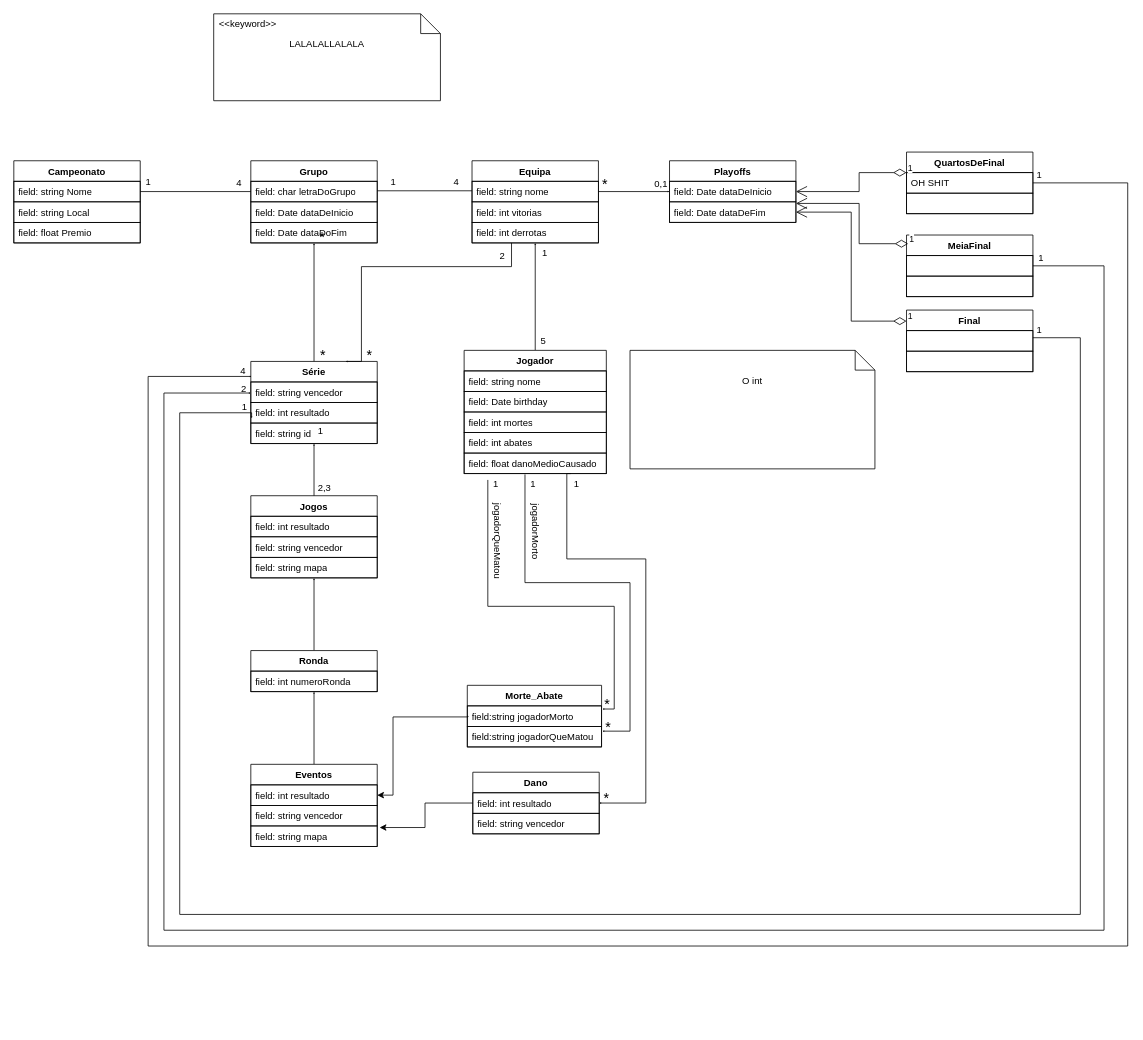
Above: CampeonatoCS.drawio in esperaumbocado/Project_BD (draw.io), before the change. Source tidied: cells renumbered, new cells numbered last; positions are measured from the earlier drawing's top-left corner, leaving out a move shared by most shapes. Both pictures are drawn from the tidied source at 79%, with x=0, y=0 at pixel (13, 13).
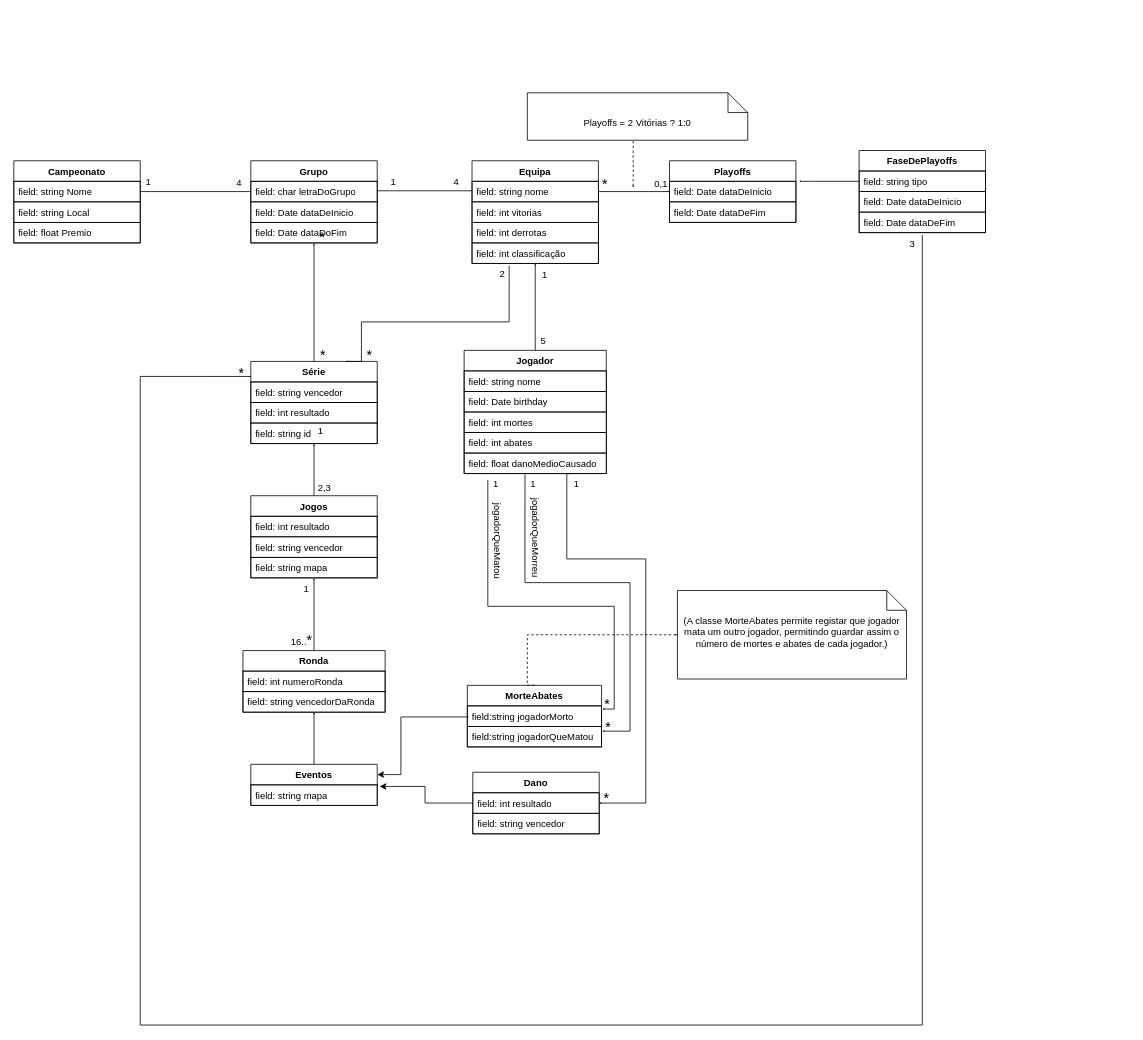
The same page after the edit.

The change refers to these unchanged cells:
```xml
<mxCell id="18" value="field: int derrotas" style="text;strokeColor=default;fillColor=none;align=left;verticalAlign=top;spacingLeft=4;spacingRight=4;overflow=hidden;points=[[0,0.5],[1,0.5]];portConstraint=eastwest;whiteSpace=wrap;html=1;" parent="15" vertex="1">
  <mxGeometry y="78" width="160" height="26" as="geometry" />
</mxCell>
<mxCell id="23" value="Série" style="swimlane;fontStyle=1;align=center;verticalAlign=top;horizontal=1;startSize=26;whiteSpace=wrap;html=1;" parent="1" vertex="1">
  <mxGeometry x="300" y="440" width="160" height="104" as="geometry" />
</mxCell>
<mxCell id="47" value="field: Date dataDeInicio" style="text;strokeColor=default;fillColor=none;align=left;verticalAlign=top;spacingLeft=4;spacingRight=4;overflow=hidden;points=[[0,0.5],[1,0.5]];portConstraint=eastwest;whiteSpace=wrap;html=1;" parent="46" vertex="1">
  <mxGeometry y="26" width="160" height="26" as="geometry" />
</mxCell>
<mxCell id="48" value="field: Date dataDeFim" style="text;strokeColor=default;fillColor=none;align=left;verticalAlign=top;spacingLeft=4;spacingRight=4;overflow=hidden;points=[[0,0.5],[1,0.5]];portConstraint=eastwest;whiteSpace=wrap;html=1;" parent="46" vertex="1">
  <mxGeometry y="52" width="160" height="26" as="geometry" />
</mxCell>
<mxCell id="81" value="field:string jogadorMorto" style="text;strokeColor=default;fillColor=none;align=left;verticalAlign=top;spacingLeft=4;spacingRight=4;overflow=hidden;points=[[0,0.5],[1,0.5]];portConstraint=eastwest;whiteSpace=wrap;html=1;" parent="80" vertex="1">
  <mxGeometry y="26" width="170" height="26" as="geometry" />
</mxCell>
```

Diff of the diagram source:
```diff
@@
-    <mxCell id="2" value="LALALALLALALA" style="shape=note2;boundedLbl=1;whiteSpace=wrap;html=1;size=25;verticalAlign=top;align=center;" parent="1" vertex="1">
-      <mxGeometry x="253" width="287" height="110" as="geometry" />
+    <mxCell id="2" value="Playoffs = 2 Vitórias ? 1:0" style="shape=note2;boundedLbl=1;whiteSpace=wrap;html=1;size=25;verticalAlign=top;align=center;" parent="1" vertex="1">
+      <mxGeometry x="650" y="100" width="279" height="60" as="geometry" />
     </mxCell>
-    <mxCell id="3" value="&lt;&lt;keyword&gt;&gt;" style="strokeColor=none;fillColor=none;align=left;spacingLeft=5;" parent="2" vertex="1">
-      <mxGeometry width="287" height="25" relative="1" as="geometry" />
-    </mxCell>
@@
     <mxCell id="15" value="Equipa" style="swimlane;fontStyle=1;align=center;verticalAlign=top;horizontal=1;startSize=26;whiteSpace=wrap;html=1;" parent="1" vertex="1">
-      <mxGeometry x="580" y="186" width="160" height="104" as="geometry" />
+      <mxGeometry x="580" y="186" width="160" height="130" as="geometry" />
     </mxCell>
@@
+    <mxCell id="104" value="field: int classificação" style="text;strokeColor=default;fillColor=none;align=left;verticalAlign=top;spacingLeft=4;spacingRight=4;overflow=hidden;points=[[0,0.5],[1,0.5]];portConstraint=eastwest;whiteSpace=wrap;html=1;" parent="15" vertex="1">
+      <mxGeometry y="104" width="160" height="26" as="geometry" />
+    </mxCell>
@@
-    <mxCell id="49" value="QuartosDeFinal" style="swimlane;fontStyle=1;align=center;verticalAlign=top;horizontal=1;startSize=26;whiteSpace=wrap;html=1;" parent="1" vertex="1">
-      <mxGeometry x="1130" y="175" width="160" height="78" as="geometry" />
-    </mxCell>
-    <mxCell id="50" value="OH SHIT" style="text;strokeColor=default;fillColor=none;align=left;verticalAlign=top;spacingLeft=4;spacingRight=4;overflow=hidden;points=[[0,0.5],[1,0.5]];portConstraint=eastwest;whiteSpace=wrap;html=1;" parent="49" vertex="1">
-      <mxGeometry y="26" width="160" height="26" as="geometry" />
-    </mxCell>
-    <mxCell id="51" style="text;strokeColor=default;fillColor=none;align=left;verticalAlign=top;spacingLeft=4;spacingRight=4;overflow=hidden;whiteSpace=wrap;html=1;" parent="49" vertex="1">
-      <mxGeometry y="52" width="160" height="26" as="geometry" />
-    </mxCell>
-    <mxCell id="52" value="MeiaFinal" style="swimlane;fontStyle=1;align=center;verticalAlign=top;horizontal=1;startSize=26;whiteSpace=wrap;html=1;" parent="1" vertex="1">
-      <mxGeometry x="1130" y="280" width="160" height="78" as="geometry" />
-    </mxCell>
-    <mxCell id="53" style="text;strokeColor=default;fillColor=none;align=left;verticalAlign=top;spacingLeft=4;spacingRight=4;overflow=hidden;whiteSpace=wrap;html=1;" parent="52" vertex="1">
-      <mxGeometry y="26" width="160" height="26" as="geometry" />
-    </mxCell>
-    <mxCell id="54" style="text;strokeColor=default;fillColor=none;align=left;verticalAlign=top;spacingLeft=4;spacingRight=4;overflow=hidden;whiteSpace=wrap;html=1;" parent="52" vertex="1">
-      <mxGeometry y="52" width="160" height="26" as="geometry" />
-    </mxCell>
-    <mxCell id="55" value="Final" style="swimlane;fontStyle=1;align=center;verticalAlign=top;horizontal=1;startSize=26;whiteSpace=wrap;html=1;" parent="1" vertex="1">
-      <mxGeometry x="1130" y="375" width="160" height="78" as="geometry" />
-    </mxCell>
-    <mxCell id="56" style="text;strokeColor=default;fillColor=none;align=left;verticalAlign=top;spacingLeft=4;spacingRight=4;overflow=hidden;whiteSpace=wrap;html=1;" parent="55" vertex="1">
-      <mxGeometry y="26" width="160" height="26" as="geometry" />
-    </mxCell>
-    <mxCell id="57" style="text;strokeColor=default;fillColor=none;align=left;verticalAlign=top;spacingLeft=4;spacingRight=4;overflow=hidden;whiteSpace=wrap;html=1;" parent="55" vertex="1">
-      <mxGeometry y="52" width="160" height="26" as="geometry" />
-    </mxCell>
@@
     <mxCell id="59" value="1" style="text;html=1;align=center;verticalAlign=middle;strokeColor=none;fillColor=none;" parent="1" vertex="1">
-      <mxGeometry x="657" y="288" width="30" height="30" as="geometry" />
+      <mxGeometry x="657" y="316" width="30" height="30" as="geometry" />
     </mxCell>
@@
-    <mxCell id="63" style="edgeStyle=orthogonalEdgeStyle;rounded=0;jettySize=auto;html=1;endSize=0;entryX=0.833;entryY=-0.033;entryDx=0;entryDy=0;entryPerimeter=0;" parent="1" edge="1" source="50" target="67">
-      <mxGeometry relative="1" as="geometry">
-        <Array as="points">
-          <mxPoint x="1410" y="214" />
-          <mxPoint x="1410" y="1180" />
-          <mxPoint x="170" y="1180" />
-          <mxPoint x="170" y="459" />
-        </Array>
-      </mxGeometry>
-    </mxCell>
-    <mxCell id="64" style="edgeStyle=orthogonalEdgeStyle;rounded=0;jettySize=auto;html=1;exitX=1;exitY=0.5;exitDx=0;exitDy=0;endSize=0;" parent="1" edge="1" source="52">
-      <mxGeometry relative="1" as="geometry">
-        <mxPoint x="300" y="480" as="targetPoint" />
-        <Array as="points">
-          <mxPoint x="1380" y="319" />
-          <mxPoint x="1380" y="1160" />
-          <mxPoint x="190" y="1160" />
-          <mxPoint x="190" y="480" />
-        </Array>
-      </mxGeometry>
-    </mxCell>
-    <mxCell id="65" style="edgeStyle=orthogonalEdgeStyle;rounded=0;jettySize=auto;html=1;endSize=0;entryX=0.8;entryY=0.967;entryDx=0;entryDy=0;entryPerimeter=0;" parent="1" edge="1" target="68">
-      <mxGeometry relative="1" as="geometry">
-        <mxPoint x="1290" y="410" as="sourcePoint" />
-        <Array as="points">
-          <mxPoint x="1350" y="410" />
-          <mxPoint x="1350" y="1140" />
-          <mxPoint x="210" y="1140" />
-          <mxPoint x="210" y="505" />
-          <mxPoint x="301" y="505" />
-        </Array>
-      </mxGeometry>
-    </mxCell>
-    <mxCell id="66" value="O int " style="shape=note2;boundedLbl=1;whiteSpace=wrap;html=1;size=25;verticalAlign=top;align=center;" parent="1" vertex="1">
-      <mxGeometry x="780" y="426" width="310" height="150" as="geometry" />
+    <mxCell id="66" value="(A classe MorteAbates permite registar que jogador mata um outro jogador, permitindo guardar assim o número de mortes e abates de cada jogador.)" style="shape=note2;boundedLbl=1;whiteSpace=wrap;html=1;size=25;verticalAlign=top;align=center;" parent="1" vertex="1">
+      <mxGeometry x="840" y="730" width="290" height="112" as="geometry" />
     </mxCell>
-    <mxCell id="67" value="2" style="text;html=1;align=center;verticalAlign=middle;points=[];strokeColor=none;fillColor=none;" parent="1" vertex="1">
-      <mxGeometry x="276" y="460" width="30" height="30" as="geometry" />
-    </mxCell>
-    <mxCell id="68" value="1" style="text;html=1;align=center;verticalAlign=middle;points=[];strokeColor=none;fillColor=none;" parent="1" vertex="1">
-      <mxGeometry x="277" y="483" width="30" height="30" as="geometry" />
-    </mxCell>
-    <mxCell id="69" value="4" style="text;html=1;align=center;verticalAlign=middle;strokeColor=none;fillColor=none;" parent="1" vertex="1">
-      <mxGeometry x="275" y="438" width="30" height="30" as="geometry" />
-    </mxCell>
-    <mxCell id="70" value="1" style="endArrow=open;html=1;endSize=12;startArrow=diamondThin;startSize=14;startFill=0;edgeStyle=orthogonalEdgeStyle;align=left;verticalAlign=bottom;rounded=0;exitX=0;exitY=0.179;exitDx=0;exitDy=0;exitPerimeter=0;entryX=1;entryY=0.5;entryDx=0;entryDy=0;" parent="1" edge="1" source="55" target="48">
-      <mxGeometry x="-1" y="3" relative="1" as="geometry" />
-    </mxCell>
-    <mxCell id="71" value="1" style="endArrow=open;html=1;endSize=12;startArrow=diamondThin;startSize=14;startFill=0;edgeStyle=orthogonalEdgeStyle;align=left;verticalAlign=bottom;rounded=0;exitX=0.013;exitY=0.141;exitDx=0;exitDy=0;exitPerimeter=0;entryX=1;entryY=0.077;entryDx=0;entryDy=0;entryPerimeter=0;" parent="1" edge="1" source="52" target="48">
-      <mxGeometry x="-1" y="3" relative="1" as="geometry">
-        <Array as="points">
-          <mxPoint x="1070" y="291" />
-          <mxPoint x="1070" y="240" />
-        </Array>
-      </mxGeometry>
-    </mxCell>
-    <mxCell id="72" value="1" style="endArrow=open;html=1;endSize=12;startArrow=diamondThin;startSize=14;startFill=0;edgeStyle=orthogonalEdgeStyle;align=left;verticalAlign=bottom;rounded=0;entryX=1;entryY=0.5;entryDx=0;entryDy=0;" parent="1" edge="1" target="47">
-      <mxGeometry x="-1" y="3" relative="1" as="geometry">
-        <mxPoint x="1130" y="201" as="sourcePoint" />
-        <Array as="points">
-          <mxPoint x="1070" y="201" />
-          <mxPoint x="1070" y="225" />
-        </Array>
-      </mxGeometry>
-    </mxCell>
-    <mxCell id="73" style="edgeStyle=orthogonalEdgeStyle;rounded=0;jettySize=auto;html=1;entryX=0.75;entryY=0;entryDx=0;entryDy=0;endSize=0;" parent="1" edge="1" source="18" target="23">
+    <mxCell id="73" style="edgeStyle=orthogonalEdgeStyle;rounded=0;jettySize=auto;html=1;entryX=0.75;entryY=0;entryDx=0;entryDy=0;endSize=0;exitX=0.294;exitY=1.115;exitDx=0;exitDy=0;exitPerimeter=0;" parent="1" edge="1" source="104" target="23">
       <mxGeometry relative="1" as="geometry">
         <Array as="points">
-          <mxPoint x="630" y="320" />
-          <mxPoint x="440" y="320" />
+          <mxPoint x="627" y="390" />
+          <mxPoint x="440" y="390" />
           <mxPoint x="440" y="440" />
         </Array>
       </mxGeometry>
     </mxCell>
@@
     <mxCell id="75" value="2" style="text;html=1;align=center;verticalAlign=middle;strokeColor=none;fillColor=none;" parent="1" vertex="1">
-      <mxGeometry x="603" y="292" width="30" height="30" as="geometry" />
+      <mxGeometry x="603" y="315" width="30" height="30" as="geometry" />
     </mxCell>
@@
     <mxCell id="77" value="Ronda" style="swimlane;fontStyle=1;align=center;verticalAlign=top;horizontal=1;startSize=26;whiteSpace=wrap;html=1;" parent="1" vertex="1">
-      <mxGeometry x="300" y="806" width="160" height="52" as="geometry" />
+      <mxGeometry x="290" y="806" width="180" height="78" as="geometry" />
     </mxCell>
     <mxCell id="78" value="field: int numeroRonda" style="text;strokeColor=default;fillColor=none;align=left;verticalAlign=top;spacingLeft=4;spacingRight=4;overflow=hidden;whiteSpace=wrap;html=1;" parent="77" vertex="1">
-      <mxGeometry y="26" width="160" height="26" as="geometry" />
+      <mxGeometry y="26" width="180" height="26" as="geometry" />
     </mxCell>
+    <mxCell id="105" value="field: string vencedorDaRonda" style="text;strokeColor=default;fillColor=none;align=left;verticalAlign=top;spacingLeft=4;spacingRight=4;overflow=hidden;whiteSpace=wrap;html=1;" parent="77" vertex="1">
+      <mxGeometry y="52" width="180" height="26" as="geometry" />
+    </mxCell>
-    <mxCell id="79" style="edgeStyle=orthogonalEdgeStyle;rounded=0;jettySize=auto;html=1;entryX=1;entryY=0.5;entryDx=0;entryDy=0;exitX=0;exitY=0.5;exitDx=0;exitDy=0;" parent="1" edge="1" source="81" target="88">
+    <mxCell id="79" style="edgeStyle=orthogonalEdgeStyle;rounded=0;jettySize=auto;html=1;entryX=1;entryY=0.25;entryDx=0;entryDy=0;exitX=0;exitY=0.5;exitDx=0;exitDy=0;" parent="1" edge="1" source="81" target="87">
       <mxGeometry relative="1" as="geometry">
         <Array as="points">
+          <mxPoint x="575" y="889" />
           <mxPoint x="575" y="890" />
-          <mxPoint x="480" y="890" />
-          <mxPoint x="480" y="989" />
+          <mxPoint x="490" y="890" />
+          <mxPoint x="490" y="963" />
         </Array>
       </mxGeometry>
     </mxCell>
-    <mxCell id="80" value="Morte_Abate" style="swimlane;fontStyle=1;align=center;verticalAlign=top;horizontal=1;startSize=26;whiteSpace=wrap;html=1;" parent="1" vertex="1">
+    <mxCell id="80" value="MorteAbates" style="swimlane;fontStyle=1;align=center;verticalAlign=top;horizontal=1;startSize=26;whiteSpace=wrap;html=1;" parent="1" vertex="1">
       <mxGeometry x="574" y="850" width="170" height="78" as="geometry" />
     </mxCell>
@@
     <mxCell id="87" value="Eventos" style="swimlane;fontStyle=1;align=center;verticalAlign=top;horizontal=1;startSize=26;whiteSpace=wrap;html=1;" parent="1" vertex="1">
-      <mxGeometry x="300" y="950" width="160" height="104" as="geometry" />
+      <mxGeometry x="300" y="950" width="160" height="52" as="geometry" />
     </mxCell>
-    <mxCell id="88" value="field: int resultado" style="text;strokeColor=default;fillColor=none;align=left;verticalAlign=top;spacingLeft=4;spacingRight=4;overflow=hidden;points=[[0,0.5],[1,0.5]];portConstraint=eastwest;whiteSpace=wrap;html=1;" parent="87" vertex="1">
-      <mxGeometry y="26" width="160" height="26" as="geometry" />
-    </mxCell>
-    <mxCell id="89" value="field: string vencedor" style="text;strokeColor=default;fillColor=none;align=left;verticalAlign=top;spacingLeft=4;spacingRight=4;overflow=hidden;whiteSpace=wrap;html=1;" parent="87" vertex="1">
-      <mxGeometry y="52" width="160" height="26" as="geometry" />
-    </mxCell>
     <mxCell id="90" value="field: string mapa" style="text;strokeColor=default;fillColor=none;align=left;verticalAlign=top;spacingLeft=4;spacingRight=4;overflow=hidden;points=[[0,0.5],[1,0.5]];portConstraint=eastwest;whiteSpace=wrap;html=1;" parent="87" vertex="1">
-      <mxGeometry y="78" width="160" height="26" as="geometry" />
+      <mxGeometry y="26" width="160" height="26" as="geometry" />
     </mxCell>
@@
-    <mxCell id="93" value="jogadorMorto" style="text;html=1;align=center;verticalAlign=middle;strokeColor=none;fillColor=none;rotation=90;" parent="1" vertex="1">
-      <mxGeometry x="616" y="640" width="90" height="30" as="geometry" />
+    <mxCell id="93" value="&lt;div&gt;jogadorQueMorreu&lt;/div&gt;" style="text;html=1;align=center;verticalAlign=middle;strokeColor=none;fillColor=none;rotation=90;" parent="1" vertex="1">
+      <mxGeometry x="601" y="648" width="120" height="30" as="geometry" />
     </mxCell>
@@
-    <mxCell id="95" value="1" style="text;html=1;align=center;verticalAlign=middle;strokeColor=none;fillColor=none;" parent="1" vertex="1">
-      <mxGeometry x="1283" y="189" width="30" height="30" as="geometry" />
-    </mxCell>
-    <mxCell id="96" value="1" style="text;html=1;align=center;verticalAlign=middle;strokeColor=none;fillColor=none;" parent="1" vertex="1">
-      <mxGeometry x="1285" y="294" width="30" height="30" as="geometry" />
-    </mxCell>
-    <mxCell id="97" value="1" style="text;html=1;align=center;verticalAlign=middle;strokeColor=none;fillColor=none;" parent="1" vertex="1">
-      <mxGeometry x="1283" y="386" width="30" height="30" as="geometry" />
-    </mxCell>
@@
+    <mxCell id="106" value="FaseDePlayoffs" style="swimlane;fontStyle=1;align=center;verticalAlign=top;horizontal=1;startSize=26;whiteSpace=wrap;html=1;" parent="1" vertex="1">
+      <mxGeometry x="1070" y="173" width="160" height="104" as="geometry" />
+    </mxCell>
+    <mxCell id="107" value="&lt;div&gt;field: string tipo&lt;br&gt;&lt;/div&gt;" style="text;strokeColor=default;fillColor=none;align=left;verticalAlign=top;spacingLeft=4;spacingRight=4;overflow=hidden;points=[[0,0.5],[1,0.5]];portConstraint=eastwest;whiteSpace=wrap;html=1;" parent="106" vertex="1">
+      <mxGeometry y="26" width="160" height="26" as="geometry" />
+    </mxCell>
+    <mxCell id="108" value="field: Date dataDeInicio " style="text;strokeColor=default;fillColor=none;align=left;verticalAlign=top;spacingLeft=4;spacingRight=4;overflow=hidden;whiteSpace=wrap;html=1;" parent="106" vertex="1">
+      <mxGeometry y="52" width="160" height="26" as="geometry" />
+    </mxCell>
+    <mxCell id="109" value="field: Date dataDeFim" style="text;strokeColor=default;fillColor=none;align=left;verticalAlign=top;spacingLeft=4;spacingRight=4;overflow=hidden;whiteSpace=wrap;html=1;" parent="106" vertex="1">
+      <mxGeometry y="78" width="160" height="26" as="geometry" />
+    </mxCell>
+    <mxCell id="110" style="edgeStyle=orthogonalEdgeStyle;rounded=0;jettySize=auto;html=1;exitX=0;exitY=0.5;exitDx=0;exitDy=0;entryX=1.025;entryY=0;entryDx=0;entryDy=0;entryPerimeter=0;endSize=0;" parent="1" edge="1" source="107" target="47">
+      <mxGeometry relative="1" as="geometry">
+        <Array as="points">
+          <mxPoint x="1010" y="212" />
+          <mxPoint x="1010" y="212" />
+        </Array>
+      </mxGeometry>
+    </mxCell>
+    <mxCell id="111" style="edgeStyle=segmentEdgeStyle;endArrow=classic;html=1;curved=0;rounded=0;endSize=0;startSize=8;sourcePerimeterSpacing=0;targetPerimeterSpacing=0;exitX=0.481;exitY=1.018;exitDx=0;exitDy=0;exitPerimeter=0;dashed=1;" parent="1" edge="1" source="2">
+      <mxGeometry relative="1" as="geometry">
+        <mxPoint x="784" y="220" as="targetPoint" />
+        <Array as="points">
+          <mxPoint x="784" y="220" />
+        </Array>
+      </mxGeometry>
+    </mxCell>
+    <mxCell id="112" style="edgeStyle=orthogonalEdgeStyle;rounded=0;jettySize=auto;html=1;entryX=0.006;entryY=0.183;entryDx=0;entryDy=0;entryPerimeter=0;endSize=0;" parent="1" edge="1" target="23">
+      <mxGeometry relative="1" as="geometry">
+        <mxPoint x="1150" y="280" as="sourcePoint" />
+        <Array as="points">
+          <mxPoint x="1150" y="1280" />
+          <mxPoint x="160" y="1280" />
+          <mxPoint x="160" y="459" />
+        </Array>
+      </mxGeometry>
+    </mxCell>
+    <mxCell id="113" value="3" style="text;html=1;align=center;verticalAlign=middle;strokeColor=none;fillColor=none;" parent="1" vertex="1">
+      <mxGeometry x="1122" y="277" width="30" height="30" as="geometry" />
+    </mxCell>
+    <mxCell id="114" value="&lt;font style=&quot;font-size: 18px;&quot;&gt;*&lt;/font&gt;" style="text;html=1;align=center;verticalAlign=middle;strokeColor=none;fillColor=none;" parent="1" vertex="1">
+      <mxGeometry x="273" y="435" width="30" height="40" as="geometry" />
+    </mxCell>
+    <mxCell id="115" style="edgeStyle=segmentEdgeStyle;endArrow=classic;html=1;curved=0;rounded=0;endSize=0;startSize=8;sourcePerimeterSpacing=0;targetPerimeterSpacing=0;exitX=0.5;exitY=0;exitDx=0;exitDy=0;entryX=0;entryY=0.5;entryDx=0;entryDy=0;entryPerimeter=0;dashed=1;" parent="1" edge="1" source="80" target="66">
+      <mxGeometry relative="1" as="geometry">
+        <Array as="points">
+          <mxPoint x="650" y="850" />
+          <mxPoint x="650" y="786" />
+        </Array>
+      </mxGeometry>
+    </mxCell>
+    <mxCell id="116" value="1" style="text;html=1;align=center;verticalAlign=middle;strokeColor=none;fillColor=none;" parent="1" vertex="1">
+      <mxGeometry x="355" y="713" width="30" height="30" as="geometry" />
+    </mxCell>
+    <mxCell id="117" value="16..&lt;font style=&quot;font-size: 18px;&quot;&gt;*&lt;/font&gt;" style="text;html=1;align=center;verticalAlign=middle;strokeColor=none;fillColor=none;" parent="1" vertex="1">
+      <mxGeometry x="339" y="773" width="50" height="40" as="geometry" />
+    </mxCell>
```
